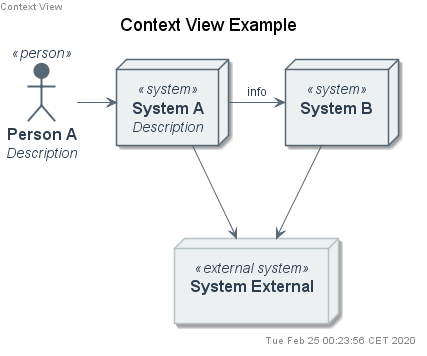
N0N4M3pl/plantuml-C4 keeps this PlantUML diagram as example/contextView.png. Above is the earlier version.
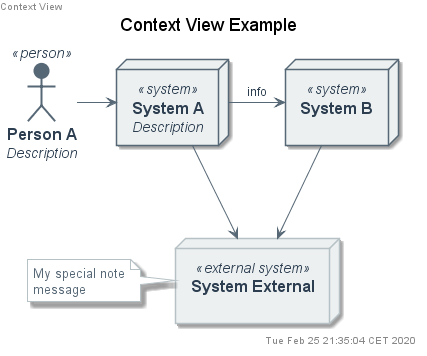
The same diagram one commit later.

The edit, as a diff of the source:
```diff
@@ -8,6 +8,27 @@
 skinparam wrapWidth 200
 skinparam maxMessageSize 150
 
+
+
+
+
+
+
+
+
+
+
+
+
+
+
+
+
+
+
+skinparam defaultTextAlignment center
+skinparam wrapWidth 200
+skinparam maxMessageSize 150
 
 
 
@@ -63,6 +84,54 @@
 
 
 
+
+
+
+skinparam defaultTextAlignment center
+skinparam wrapWidth 200
+skinparam maxMessageSize 150
+
+
+
+
+
+
+
+
+
+
+
+
+
+
+
+
+
+
+
+skinparam Note {
+    FontColor #566775
+    BackgroundColor white
+    BorderColor #b6c1c5
+}
+
+
+skinparam actor<<person>> {
+    StereotypeFontColor #2c3e50
+    FontColor #2c3e50
+    BackgroundColor #566775
+    BorderColor #566775
+    Shadowing false
+}
+
+skinparam Arrow {
+    FontColor #2c3e50
+    Color #566775
+    FontSize 12
+}
+
+
+
 left header Context View
 title Context View Example
 top to bottom direction
@@ -81,7 +150,9 @@
 
 personA -RIGHT-> systemA : ""
 
+note left of systemExt : My special note\nmessage
 
-right footer Tue Feb 25 00:23:56 CET 2020
+
+right footer Tue Feb 25 21:35:04 CET 2020
 
 @enduml
```
